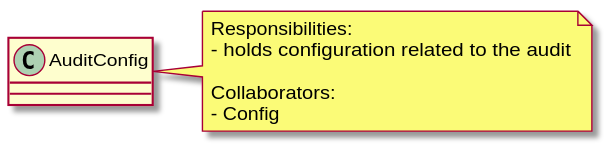
This is docs/doxygen/doxygen/inline_umlgraph_2.svg from elliVM/pth_06, a PlantUML export, as it was before one commit.
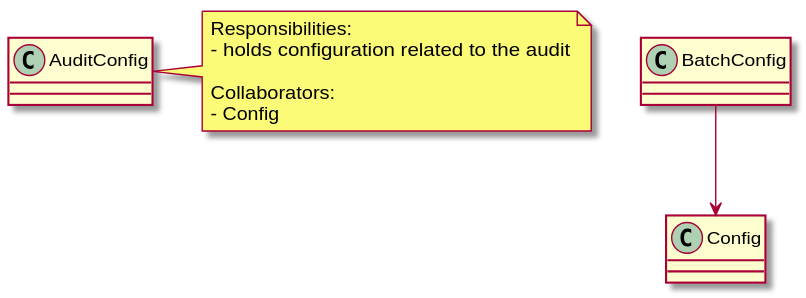
The same file after the commit.

Change to the diagram source:
```diff
@@ -3,6 +3,7 @@
 
 }
 
+BatchConfig --> Config
 
 note right of AuditConfig
 Responsibilities:
```
